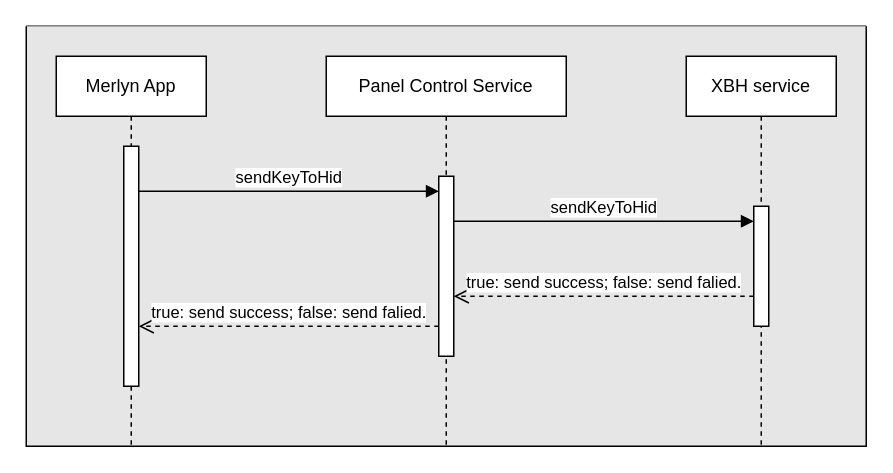
This is prometheanworld_RCU_virtual_keyboard.drawio from windboat/draw.io, a draw.io file, before an edit. Source tidied: cells renumbered, new cells numbered last; positions are measured from the earlier drawing's top-left corner, leaving out a move shared by most shapes. Both pictures are drawn from the tidied source at 150%, with x=0, y=0 at pixel (26, 26).
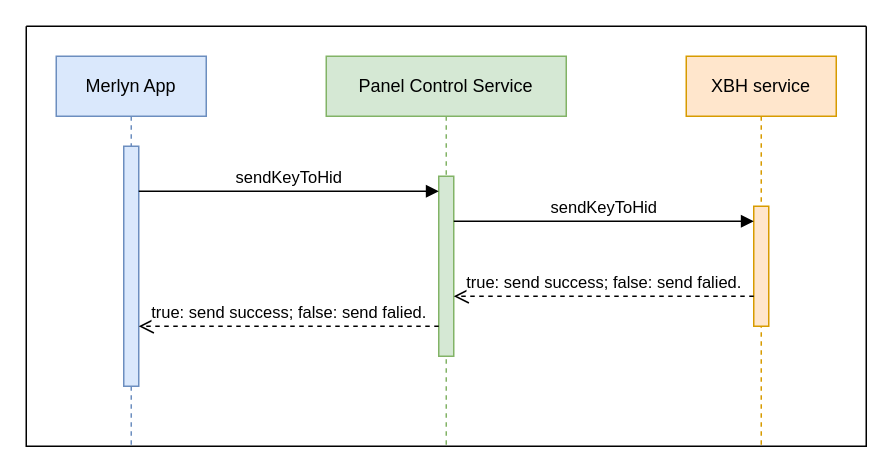
After the change.

The edit, as a diff of the source:
```diff
@@
 <mxGraphModel>
   <root>
     <mxCell id="0" />
     <mxCell id="1" parent="0" />
-    <mxCell id="2" style="swimlane;startSize=0;swimlaneFillColor=#E6E6E6;" parent="1" vertex="1">
+    <mxCell id="2" style="swimlane;startSize=0;swimlaneFillColor=none;" parent="1" vertex="1">
       <mxGeometry width="560" height="280" as="geometry" />
     </mxCell>
-    <mxCell id="3" value="Merlyn App" style="shape=umlLifeline;perimeter=lifelinePerimeter;whiteSpace=wrap;html=1;newEdgeStyle={&quot;edgeStyle&quot;:&quot;elbowEdgeStyle&quot;,&quot;elbow&quot;:&quot;vertical&quot;,&quot;curved&quot;:0,&quot;rounded&quot;:0};" parent="2" vertex="1">
+    <mxCell id="3" value="Merlyn App" style="shape=umlLifeline;perimeter=lifelinePerimeter;whiteSpace=wrap;html=1;newEdgeStyle={&quot;edgeStyle&quot;:&quot;elbowEdgeStyle&quot;,&quot;elbow&quot;:&quot;vertical&quot;,&quot;curved&quot;:0,&quot;rounded&quot;:0};fillColor=#dae8fc;strokeColor=#6c8ebf;" parent="2" vertex="1">
       <mxGeometry x="20" y="20" width="100" height="260" as="geometry" />
     </mxCell>
-    <mxCell id="4" style="html=1;perimeter=orthogonalPerimeter;targetShapes=umlLifeline;newEdgeStyle={&quot;edgeStyle&quot;:&quot;elbowEdgeStyle&quot;,&quot;elbow&quot;:&quot;vertical&quot;,&quot;curved&quot;:0,&quot;rounded&quot;:0};" parent="3" vertex="1">
+    <mxCell id="4" style="html=1;perimeter=orthogonalPerimeter;targetShapes=umlLifeline;newEdgeStyle={&quot;edgeStyle&quot;:&quot;elbowEdgeStyle&quot;,&quot;elbow&quot;:&quot;vertical&quot;,&quot;curved&quot;:0,&quot;rounded&quot;:0};fillColor=#dae8fc;strokeColor=#6c8ebf;" parent="3" vertex="1">
       <mxGeometry x="45" y="60" width="10" height="160" as="geometry" />
     </mxCell>
-    <mxCell id="5" value="Panel Control Service" style="shape=umlLifeline;perimeter=lifelinePerimeter;whiteSpace=wrap;html=1;newEdgeStyle={&quot;edgeStyle&quot;:&quot;elbowEdgeStyle&quot;,&quot;elbow&quot;:&quot;vertical&quot;,&quot;curved&quot;:0,&quot;rounded&quot;:0};" parent="2" vertex="1">
+    <mxCell id="5" value="Panel Control Service" style="shape=umlLifeline;perimeter=lifelinePerimeter;whiteSpace=wrap;html=1;newEdgeStyle={&quot;edgeStyle&quot;:&quot;elbowEdgeStyle&quot;,&quot;elbow&quot;:&quot;vertical&quot;,&quot;curved&quot;:0,&quot;rounded&quot;:0};fillColor=#d5e8d4;strokeColor=#82b366;" parent="2" vertex="1">
       <mxGeometry x="200" y="20" width="160" height="260" as="geometry" />
     </mxCell>
-    <mxCell id="6" style="html=1;perimeter=orthogonalPerimeter;targetShapes=umlLifeline;newEdgeStyle={&quot;edgeStyle&quot;:&quot;elbowEdgeStyle&quot;,&quot;elbow&quot;:&quot;vertical&quot;,&quot;curved&quot;:0,&quot;rounded&quot;:0};" parent="5" vertex="1">
+    <mxCell id="6" style="html=1;perimeter=orthogonalPerimeter;targetShapes=umlLifeline;newEdgeStyle={&quot;edgeStyle&quot;:&quot;elbowEdgeStyle&quot;,&quot;elbow&quot;:&quot;vertical&quot;,&quot;curved&quot;:0,&quot;rounded&quot;:0};fillColor=#d5e8d4;strokeColor=#82b366;" parent="5" vertex="1">
       <mxGeometry x="75" y="80" width="10" height="120" as="geometry" />
     </mxCell>
-    <mxCell id="7" value="XBH service" style="shape=umlLifeline;perimeter=lifelinePerimeter;whiteSpace=wrap;html=1;newEdgeStyle={&quot;edgeStyle&quot;:&quot;elbowEdgeStyle&quot;,&quot;elbow&quot;:&quot;vertical&quot;,&quot;curved&quot;:0,&quot;rounded&quot;:0};" parent="2" vertex="1">
+    <mxCell id="7" value="XBH service" style="shape=umlLifeline;perimeter=lifelinePerimeter;whiteSpace=wrap;html=1;newEdgeStyle={&quot;edgeStyle&quot;:&quot;elbowEdgeStyle&quot;,&quot;elbow&quot;:&quot;vertical&quot;,&quot;curved&quot;:0,&quot;rounded&quot;:0};fillColor=#ffe6cc;strokeColor=#d79b00;" parent="2" vertex="1">
       <mxGeometry x="440" y="20" width="100" height="260" as="geometry" />
     </mxCell>
-    <mxCell id="8" style="html=1;perimeter=orthogonalPerimeter;targetShapes=umlLifeline;newEdgeStyle={&quot;edgeStyle&quot;:&quot;elbowEdgeStyle&quot;,&quot;elbow&quot;:&quot;vertical&quot;,&quot;curved&quot;:0,&quot;rounded&quot;:0};" parent="7" vertex="1">
+    <mxCell id="8" style="html=1;perimeter=orthogonalPerimeter;targetShapes=umlLifeline;newEdgeStyle={&quot;edgeStyle&quot;:&quot;elbowEdgeStyle&quot;,&quot;elbow&quot;:&quot;vertical&quot;,&quot;curved&quot;:0,&quot;rounded&quot;:0};fillColor=#ffe6cc;strokeColor=#d79b00;" parent="7" vertex="1">
       <mxGeometry x="45" y="100" width="10" height="80" as="geometry" />
     </mxCell>
     <mxCell id="9" value="sendKeyToHid" style="html=1;verticalAlign=bottom;endArrow=block;edgeStyle=elbowEdgeStyle;elbow=horizontal;curved=0;rounded=0;" parent="2" edge="1">
       <mxGeometry relative="1" as="geometry">
         <mxPoint x="75" y="110" as="sourcePoint" />
         <mxPoint x="275" y="110" as="targetPoint" />
       </mxGeometry>
     </mxCell>
     <mxCell id="10" value="sendKeyToHid" style="html=1;verticalAlign=bottom;endArrow=block;edgeStyle=elbowEdgeStyle;elbow=vertical;curved=0;rounded=0;" parent="2" edge="1">
       <mxGeometry relative="1" as="geometry">
         <mxPoint x="285" y="130" as="sourcePoint" />
         <mxPoint x="485" y="130" as="targetPoint" />
       </mxGeometry>
     </mxCell>
     <mxCell id="11" value="true: send success; false: send falied." style="html=1;verticalAlign=bottom;endArrow=open;dashed=1;endSize=8;edgeStyle=elbowEdgeStyle;elbow=vertical;curved=0;rounded=0;" parent="2" edge="1">
       <mxGeometry relative="1" as="geometry">
         <mxPoint x="485" y="180" as="sourcePoint" />
         <mxPoint x="285" y="180" as="targetPoint" />
       </mxGeometry>
     </mxCell>
     <mxCell id="12" value="true: send success; false: send falied." style="html=1;verticalAlign=bottom;endArrow=open;dashed=1;endSize=8;edgeStyle=elbowEdgeStyle;elbow=vertical;curved=0;rounded=0;" parent="2" edge="1">
       <mxGeometry relative="1" as="geometry">
         <mxPoint x="275" y="200" as="sourcePoint" />
         <mxPoint x="75" y="200" as="targetPoint" />
       </mxGeometry>
     </mxCell>
   </root>
 </mxGraphModel>
```
